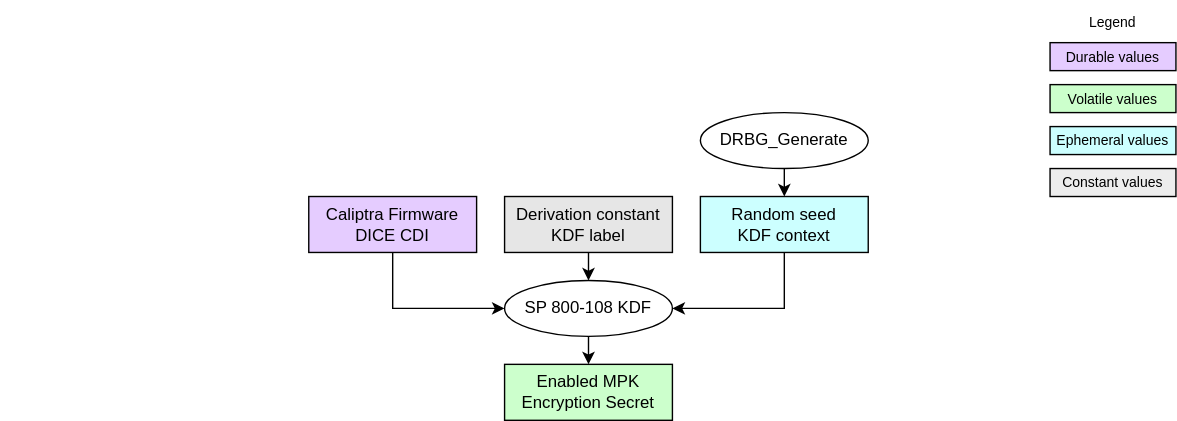
Before: doc/ocp_lock/diagrams/enabled_mpk_secret_generation.drawio.svg, a diagram exported from draw.io (chipsalliance/Caliptra). Source tidied: cells renumbered, new cells last; positions are measured from the earlier drawing's top-left corner, leaving out a move shared by most shapes.
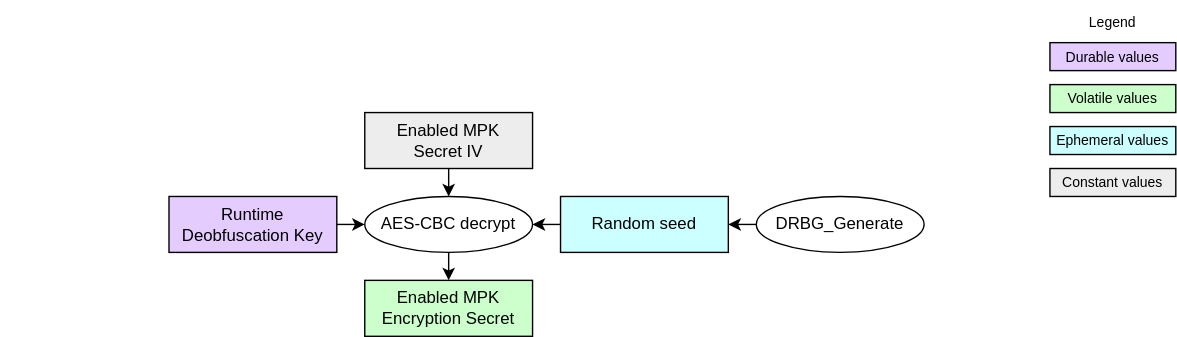
After the commit.

Commit message:
Capture latest changes for key derivation flows.

The edit, as a diff of the source:
```diff
@@ -2,24 +2,20 @@
   <root>
     <mxCell id="0" />
     <mxCell id="1" parent="0" />
-    <mxCell id="2" style="edgeStyle=none;html=1;exitX=0.5;exitY=1;exitDx=0;exitDy=0;entryX=0.5;entryY=0;entryDx=0;entryDy=0;" parent="1" edge="1" source="6" target="4">
-      <mxGeometry relative="1" as="geometry" />
-    </mxCell>
-    <mxCell id="3" style="edgeStyle=orthogonalEdgeStyle;html=1;exitX=0.5;exitY=1;exitDx=0;exitDy=0;entryX=1;entryY=0.5;entryDx=0;entryDy=0;rounded=0;" parent="1" edge="1" source="4" target="13">
-      <mxGeometry x="0.33" relative="1" as="geometry">
-        <Array as="points">
-          <mxPoint x="560" y="220" />
-        </Array>
-      </mxGeometry>
+    <mxCell id="3" style="edgeStyle=none;html=1;exitX=0;exitY=0.5;exitDx=0;exitDy=0;entryX=1;entryY=0.5;entryDx=0;entryDy=0;" parent="1" edge="1" source="4" target="13">
+      <mxGeometry relative="1" as="geometry" />
     </mxCell>
-    <mxCell id="4" value="&lt;div&gt;&lt;font color=&quot;#000000&quot;&gt;Random seed&lt;/font&gt;&lt;/div&gt;&lt;div&gt;&lt;font color=&quot;#000000&quot;&gt;KDF context&lt;/font&gt;&lt;/div&gt;" style="rounded=0;whiteSpace=wrap;html=1;align=center;verticalAlign=middle;shadow=0;glass=0;spacingLeft=0;spacingBottom=0;spacingTop=0;fillColor=#CCFFFF;" parent="1" vertex="1">
-      <mxGeometry x="500" y="140" width="120" height="40" as="geometry" />
+    <mxCell id="4" value="&lt;div&gt;&lt;font color=&quot;#000000&quot;&gt;Random seed&lt;/font&gt;&lt;/div&gt;" style="rounded=0;whiteSpace=wrap;html=1;align=center;verticalAlign=middle;shadow=0;glass=0;spacingLeft=0;spacingBottom=0;spacingTop=0;fillColor=#CCFFFF;" parent="1" vertex="1">
+      <mxGeometry x="400" y="140" width="120" height="40" as="geometry" />
     </mxCell>
     <mxCell id="5" value="&lt;div&gt;&lt;font color=&quot;#000000&quot;&gt;Enabled MPK Encryption Secret&lt;/font&gt;&lt;/div&gt;" style="rounded=0;whiteSpace=wrap;html=1;align=center;verticalAlign=middle;shadow=0;glass=0;spacingLeft=0;spacingBottom=0;spacingTop=0;fillColor=#CCFFCC;" parent="1" vertex="1">
-      <mxGeometry x="360" y="260" width="120" height="40" as="geometry" />
+      <mxGeometry x="260" y="200" width="120" height="40" as="geometry" />
     </mxCell>
+    <mxCell id="2" style="edgeStyle=none;html=1;exitX=0;exitY=0.5;exitDx=0;exitDy=0;entryX=1;entryY=0.5;entryDx=0;entryDy=0;" parent="1" edge="1" source="6" target="4">
+      <mxGeometry relative="1" as="geometry" />
+    </mxCell>
     <mxCell id="6" value="DRBG_Generate" style="ellipse;whiteSpace=wrap;html=1;fillColor=#FFFFFF;" parent="1" vertex="1">
-      <mxGeometry x="500" y="80" width="120" height="40" as="geometry" />
+      <mxGeometry x="540" y="140" width="120" height="40" as="geometry" />
     </mxCell>
     <mxCell id="7" value="&lt;div&gt;&lt;font color=&quot;#000000&quot;&gt;Durable values&lt;/font&gt;&lt;/div&gt;" style="rounded=0;whiteSpace=wrap;html=1;align=center;verticalAlign=middle;shadow=0;glass=0;spacingLeft=0;spacingBottom=0;spacingTop=0;fillColor=#E5CCFF;fontSize=10;" parent="1" vertex="1">
       <mxGeometry x="750" y="30" width="90" height="20" as="geometry" />
@@ -30,17 +26,17 @@
     <mxCell id="9" style="rounded=0;whiteSpace=wrap;html=1;align=center;verticalAlign=middle;shadow=0;glass=0;spacingLeft=0;spacingBottom=0;spacingTop=0;fillColor=#FFFFFF;fontSize=10;strokeColor=#FFFFFF;" parent="1" vertex="1">
       <mxGeometry y="40" width="90" height="20" as="geometry" />
     </mxCell>
-    <mxCell id="10" style="edgeStyle=orthogonalEdgeStyle;html=1;exitX=0.5;exitY=1;exitDx=0;exitDy=0;entryX=0;entryY=0.5;entryDx=0;entryDy=0;rounded=0;" parent="1" edge="1" source="11" target="13">
+    <mxCell id="10" style="edgeStyle=none;html=1;exitX=1;exitY=0.5;exitDx=0;exitDy=0;entryX=0;entryY=0.5;entryDx=0;entryDy=0;" parent="1" edge="1" source="11" target="13">
       <mxGeometry relative="1" as="geometry" />
     </mxCell>
-    <mxCell id="11" value="&lt;div&gt;&lt;font color=&quot;#000000&quot;&gt;Caliptra Firmware DICE CDI&lt;/font&gt;&lt;/div&gt;" style="rounded=0;whiteSpace=wrap;html=1;align=center;verticalAlign=middle;shadow=0;glass=0;spacingLeft=0;spacingBottom=0;spacingTop=0;fillColor=#E5CCFF;" parent="1" vertex="1">
-      <mxGeometry x="220" y="140" width="120" height="40" as="geometry" />
+    <mxCell id="11" value="&lt;span style=&quot;color: rgb(0, 0, 0);&quot;&gt;Runtime Deobfuscation Key&lt;/span&gt;" style="rounded=0;whiteSpace=wrap;html=1;align=center;verticalAlign=middle;shadow=0;glass=0;spacingLeft=0;spacingBottom=0;spacingTop=0;fillColor=#E5CCFF;" parent="1" vertex="1">
+      <mxGeometry x="120" y="140" width="120" height="40" as="geometry" />
     </mxCell>
     <mxCell id="12" style="edgeStyle=none;html=1;exitX=0.5;exitY=1;exitDx=0;exitDy=0;entryX=0.5;entryY=0;entryDx=0;entryDy=0;" parent="1" edge="1" source="13" target="5">
       <mxGeometry relative="1" as="geometry" />
     </mxCell>
-    <mxCell id="13" value="SP 800-108 KDF" style="ellipse;whiteSpace=wrap;html=1;fillColor=#FFFFFF;" parent="1" vertex="1">
-      <mxGeometry x="360" y="200" width="120" height="40" as="geometry" />
+    <mxCell id="13" value="AES-CBC decrypt" style="ellipse;whiteSpace=wrap;html=1;fillColor=#FFFFFF;" parent="1" vertex="1">
+      <mxGeometry x="260" y="140" width="120" height="40" as="geometry" />
     </mxCell>
     <mxCell id="14" value="&lt;div&gt;&lt;font color=&quot;#000000&quot;&gt;Ephemeral values&lt;/font&gt;&lt;/div&gt;" style="rounded=0;whiteSpace=wrap;html=1;align=center;verticalAlign=middle;shadow=0;glass=0;spacingLeft=0;spacingBottom=0;spacingTop=0;fillColor=#CCFFFF;fontSize=10;" parent="1" vertex="1">
       <mxGeometry x="750" y="90" width="90" height="20" as="geometry" />
@@ -48,14 +44,14 @@
     <mxCell id="15" value="&lt;div&gt;&lt;font color=&quot;#000000&quot;&gt;Volatile values&lt;/font&gt;&lt;/div&gt;" style="rounded=0;whiteSpace=wrap;html=1;align=center;verticalAlign=middle;shadow=0;glass=0;spacingLeft=0;spacingBottom=0;spacingTop=0;fillColor=#CCFFCC;fontSize=10;" parent="1" vertex="1">
       <mxGeometry x="750" y="60" width="90" height="20" as="geometry" />
     </mxCell>
-    <mxCell id="16" style="edgeStyle=none;html=1;exitX=0.5;exitY=1;exitDx=0;exitDy=0;entryX=0.5;entryY=0;entryDx=0;entryDy=0;" parent="1" edge="1" source="17" target="13">
-      <mxGeometry relative="1" as="geometry" />
-    </mxCell>
-    <mxCell id="17" value="&lt;div&gt;&lt;font color=&quot;#000000&quot;&gt;Derivation constant KDF label&lt;/font&gt;&lt;/div&gt;" style="rounded=0;whiteSpace=wrap;html=1;align=center;verticalAlign=middle;shadow=0;glass=0;spacingLeft=0;spacingBottom=0;spacingTop=0;fillColor=#E6E6E6;" parent="1" vertex="1">
-      <mxGeometry x="360" y="140" width="120" height="40" as="geometry" />
-    </mxCell>
     <mxCell id="18" value="&lt;div&gt;&lt;font color=&quot;#000000&quot;&gt;Constant values&lt;/font&gt;&lt;/div&gt;" style="rounded=0;whiteSpace=wrap;html=1;align=center;verticalAlign=middle;shadow=0;glass=0;spacingLeft=0;spacingBottom=0;spacingTop=0;fillColor=#EDEDED;fontSize=10;" parent="1" vertex="1">
       <mxGeometry x="750" y="120" width="90" height="20" as="geometry" />
     </mxCell>
+    <mxCell id="19" style="edgeStyle=none;html=1;exitX=0.5;exitY=1;exitDx=0;exitDy=0;entryX=0.5;entryY=0;entryDx=0;entryDy=0;" parent="1" edge="1" source="20" target="13">
+      <mxGeometry relative="1" as="geometry" />
+    </mxCell>
+    <mxCell id="20" value="Enabled MPK&lt;div&gt;Secret IV&lt;/div&gt;" style="rounded=0;whiteSpace=wrap;html=1;align=center;verticalAlign=middle;shadow=0;glass=0;spacingLeft=0;spacingBottom=0;spacingTop=0;fillColor=#EDEDED;" parent="1" vertex="1">
+      <mxGeometry x="260" y="80" width="120" height="40" as="geometry" />
+    </mxCell>
   </root>
 </mxGraphModel>
```
